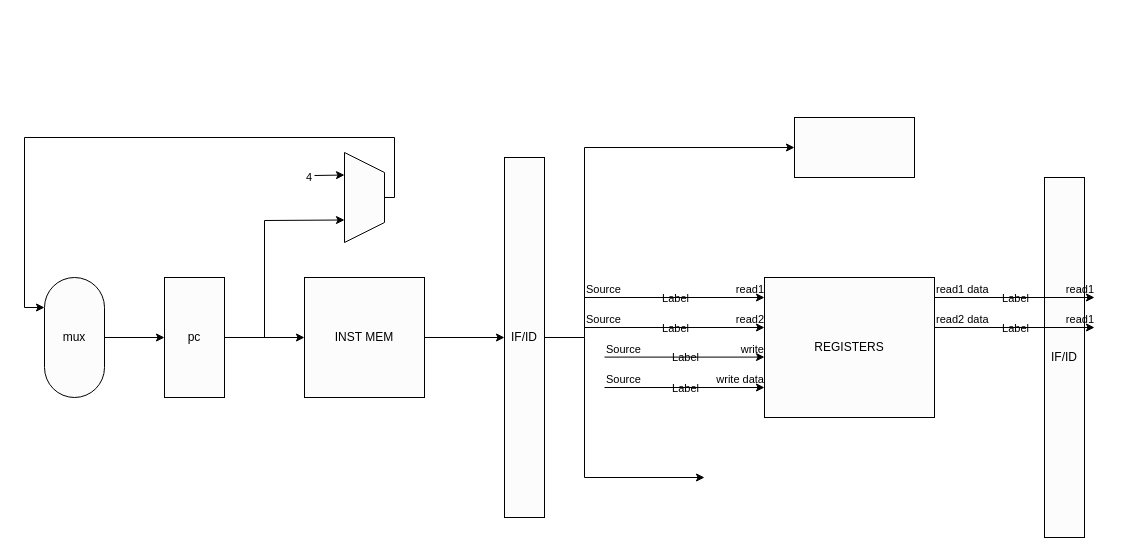
Earlier version of the draw.io diagram Untitled Diagram.drawio (francisyuu/drawtest). Source tidied: cells renumbered, new cells numbered last; positions are measured from the earlier drawing's top-left corner, leaving out a move shared by most shapes. Both pictures are drawn from the tidied source at 100%, with x=0, y=0 at pixel (24, 117).
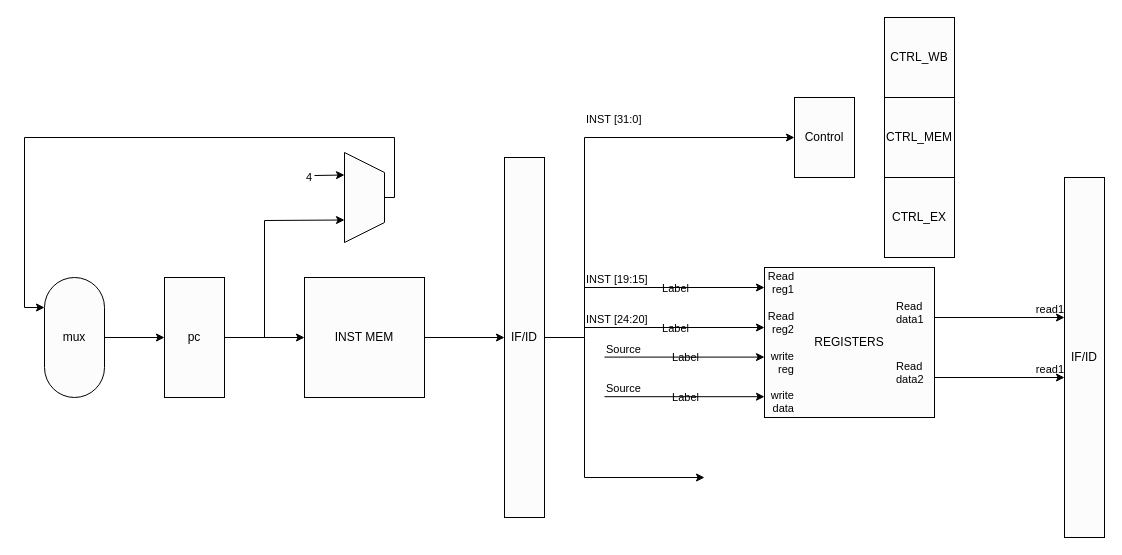
After the change.

The change refers to these unchanged cells:
```xml
<mxCell id="21" style="endArrow=classic;html=1;rounded=0;fontColor=default;sourcePerimeterSpacing=0;elbow=vertical;jumpStyle=none;jumpSize=6;" parent="1" edge="1">
  <mxGeometry relative="1" as="geometry">
    <mxPoint x="560" y="210" as="sourcePoint" />
    <mxPoint x="740" y="210" as="targetPoint" />
  </mxGeometry>
</mxCell>
<mxCell id="25" style="endArrow=classic;html=1;rounded=0;fontColor=default;sourcePerimeterSpacing=0;elbow=vertical;jumpStyle=none;jumpSize=6;" parent="1" edge="1">
  <mxGeometry relative="1" as="geometry">
    <mxPoint x="580" y="239.6" as="sourcePoint" />
    <mxPoint x="740" y="239.6" as="targetPoint" />
  </mxGeometry>
</mxCell>
```

Change to the diagram source:
```diff
@@
     <mxCell id="9" value="IF/ID" style="rounded=0;whiteSpace=wrap;html=1;labelBackgroundColor=none;fontColor=default;fillColor=#FCFCFC;" parent="1" vertex="1">
-      <mxGeometry x="1020" y="60" width="40" height="360" as="geometry" />
+      <mxGeometry x="1040" y="60" width="40" height="360" as="geometry" />
     </mxCell>
@@
     <mxCell id="16" value="REGISTERS" style="rounded=0;whiteSpace=wrap;html=1;labelBackgroundColor=none;sketch=0;fontColor=default;fillColor=#FCFCFC;" parent="1" vertex="1">
-      <mxGeometry x="740" y="160" width="170" height="140" as="geometry" />
+      <mxGeometry x="740" y="150" width="170" height="150" as="geometry" />
     </mxCell>
     <mxCell id="17" style="endArrow=classic;html=1;rounded=0;fontColor=default;sourcePerimeterSpacing=0;elbow=vertical;jumpStyle=none;jumpSize=6;" parent="1" edge="1">
       <mxGeometry relative="1" as="geometry">
-        <mxPoint x="560" y="180" as="sourcePoint" />
-        <mxPoint x="740" y="180" as="targetPoint" />
+        <mxPoint x="560" y="170" as="sourcePoint" />
+        <mxPoint x="740" y="170" as="targetPoint" />
       </mxGeometry>
     </mxCell>
@@
-    <mxCell id="19" value="Source" style="edgeLabel;html=1;align=left;verticalAlign=bottom;labelBackgroundColor=none;sketch=0;fontColor=default;fillColor=#FCFCFC;" parent="17" vertex="1">
+    <mxCell id="19" value="INST [19:15]" style="edgeLabel;html=1;align=left;verticalAlign=bottom;labelBackgroundColor=none;sketch=0;fontColor=default;fillColor=#FCFCFC;" parent="17" vertex="1">
       <mxGeometry x="-1" relative="1" as="geometry" />
     </mxCell>
-    <mxCell id="20" value="read1" style="edgeLabel;html=1;align=right;verticalAlign=bottom;labelBackgroundColor=none;sketch=0;fontColor=default;fillColor=#FCFCFC;" parent="17" vertex="1">
-      <mxGeometry x="1" relative="1" as="geometry" />
+    <mxCell id="20" value="Read&lt;br&gt;reg1" style="edgeLabel;html=1;align=right;verticalAlign=bottom;labelBackgroundColor=none;sketch=0;fontColor=default;fillColor=#FCFCFC;" parent="17" vertex="1">
+      <mxGeometry x="1" relative="1" as="geometry">
+        <mxPoint x="30" y="10" as="offset" />
+      </mxGeometry>
     </mxCell>
+    <mxCell id="45" value="INST [31:0]" style="edgeLabel;html=1;align=left;verticalAlign=bottom;labelBackgroundColor=none;sketch=0;fontColor=default;fillColor=#FCFCFC;" parent="17" vertex="1">
+      <mxGeometry x="-1" relative="1" as="geometry">
+        <mxPoint y="-160" as="offset" />
+      </mxGeometry>
+    </mxCell>
@@
-    <mxCell id="23" value="Source" style="edgeLabel;html=1;align=left;verticalAlign=bottom;labelBackgroundColor=none;sketch=0;fontColor=default;fillColor=#FCFCFC;" parent="21" vertex="1">
+    <mxCell id="23" value="INST [24:20]" style="edgeLabel;html=1;align=left;verticalAlign=bottom;labelBackgroundColor=none;sketch=0;fontColor=default;fillColor=#FCFCFC;" parent="21" vertex="1">
       <mxGeometry x="-1" relative="1" as="geometry" />
     </mxCell>
-    <mxCell id="24" value="read2" style="edgeLabel;html=1;align=right;verticalAlign=bottom;labelBackgroundColor=none;sketch=0;fontColor=default;fillColor=#FCFCFC;" parent="21" vertex="1">
-      <mxGeometry x="1" relative="1" as="geometry" />
+    <mxCell id="24" value="Read&lt;br&gt;reg2" style="edgeLabel;html=1;align=right;verticalAlign=bottom;labelBackgroundColor=none;sketch=0;fontColor=default;fillColor=#FCFCFC;" parent="21" vertex="1">
+      <mxGeometry x="1" relative="1" as="geometry">
+        <mxPoint x="30" y="10" as="offset" />
+      </mxGeometry>
     </mxCell>
@@
-    <mxCell id="28" value="write" style="edgeLabel;html=1;align=right;verticalAlign=bottom;labelBackgroundColor=none;sketch=0;fontColor=default;fillColor=#FCFCFC;" parent="25" vertex="1">
-      <mxGeometry x="1" relative="1" as="geometry" />
+    <mxCell id="28" value="write&lt;br&gt;reg" style="edgeLabel;html=1;align=right;verticalAlign=bottom;labelBackgroundColor=none;sketch=0;fontColor=default;fillColor=#FCFCFC;" parent="25" vertex="1">
+      <mxGeometry x="1" relative="1" as="geometry">
+        <mxPoint x="30" y="20" as="offset" />
+      </mxGeometry>
     </mxCell>
     <mxCell id="29" style="endArrow=classic;html=1;rounded=0;fontColor=default;sourcePerimeterSpacing=0;elbow=vertical;jumpStyle=none;jumpSize=6;" parent="1" edge="1">
       <mxGeometry relative="1" as="geometry">
-        <mxPoint x="580" y="270" as="sourcePoint" />
-        <mxPoint x="740" y="270" as="targetPoint" />
+        <mxPoint x="580" y="279.2" as="sourcePoint" />
+        <mxPoint x="740" y="279.2" as="targetPoint" />
       </mxGeometry>
     </mxCell>
@@
-    <mxCell id="32" value="write data" style="edgeLabel;html=1;align=right;verticalAlign=bottom;labelBackgroundColor=none;sketch=0;fontColor=default;fillColor=#FCFCFC;" parent="29" vertex="1">
-      <mxGeometry x="1" relative="1" as="geometry" />
+    <mxCell id="32" value="write&lt;br&gt;data" style="edgeLabel;html=1;align=right;verticalAlign=bottom;labelBackgroundColor=none;sketch=0;fontColor=default;fillColor=#FCFCFC;" parent="29" vertex="1">
+      <mxGeometry x="1" relative="1" as="geometry">
+        <mxPoint x="30" y="20" as="offset" />
+      </mxGeometry>
     </mxCell>
     <mxCell id="33" style="endArrow=classic;html=1;rounded=0;fontColor=default;sourcePerimeterSpacing=0;elbow=vertical;jumpStyle=none;jumpSize=6;" parent="1" edge="1">
       <mxGeometry relative="1" as="geometry">
-        <mxPoint x="910" y="180" as="sourcePoint" />
-        <mxPoint x="1070" y="180" as="targetPoint" />
+        <mxPoint x="910" y="200" as="sourcePoint" />
+        <mxPoint x="1040" y="200" as="targetPoint" />
       </mxGeometry>
     </mxCell>
-    <mxCell id="34" value="Label" style="edgeLabel;html=1;align=center;verticalAlign=middle;labelBackgroundColor=none;sketch=0;fontColor=default;fillColor=#FCFCFC;" parent="33" vertex="1">
-      <mxGeometry relative="1" as="geometry" />
-    </mxCell>
-    <mxCell id="35" value="read1 data" style="edgeLabel;html=1;align=left;verticalAlign=bottom;labelBackgroundColor=none;sketch=0;fontColor=default;fillColor=#FCFCFC;" parent="33" vertex="1">
-      <mxGeometry x="-1" relative="1" as="geometry" />
+    <mxCell id="35" value="Read&lt;br&gt;data1" style="edgeLabel;html=1;align=left;verticalAlign=bottom;labelBackgroundColor=none;sketch=0;fontColor=default;fillColor=#FCFCFC;" parent="33" vertex="1">
+      <mxGeometry x="-1" relative="1" as="geometry">
+        <mxPoint x="-40" y="10" as="offset" />
+      </mxGeometry>
     </mxCell>
@@
     <mxCell id="37" style="endArrow=classic;html=1;rounded=0;fontColor=default;sourcePerimeterSpacing=0;elbow=vertical;jumpStyle=none;jumpSize=6;" parent="1" edge="1">
       <mxGeometry relative="1" as="geometry">
-        <mxPoint x="910" y="210" as="sourcePoint" />
-        <mxPoint x="1070" y="210" as="targetPoint" />
+        <mxPoint x="910" y="260" as="sourcePoint" />
+        <mxPoint x="1040" y="260" as="targetPoint" />
       </mxGeometry>
     </mxCell>
-    <mxCell id="38" value="Label" style="edgeLabel;html=1;align=center;verticalAlign=middle;labelBackgroundColor=none;sketch=0;fontColor=default;fillColor=#FCFCFC;" parent="37" vertex="1">
-      <mxGeometry relative="1" as="geometry" />
-    </mxCell>
-    <mxCell id="39" value="read2 data" style="edgeLabel;html=1;align=left;verticalAlign=bottom;labelBackgroundColor=none;sketch=0;fontColor=default;fillColor=#FCFCFC;" parent="37" vertex="1">
-      <mxGeometry x="-1" relative="1" as="geometry" />
+    <mxCell id="39" value="Read&lt;br&gt;data2" style="edgeLabel;html=1;align=left;verticalAlign=bottom;labelBackgroundColor=none;sketch=0;fontColor=default;fillColor=#FCFCFC;" parent="37" vertex="1">
+      <mxGeometry x="-1" relative="1" as="geometry">
+        <mxPoint x="-40" y="10" as="offset" />
+      </mxGeometry>
     </mxCell>
@@
-    <mxCell id="42" style="endArrow=classic;html=1;rounded=0;fontColor=default;sourcePerimeterSpacing=0;elbow=vertical;jumpStyle=none;jumpSize=6;" parent="1" edge="1">
+    <mxCell id="42" style="endArrow=classic;html=1;rounded=0;fontColor=default;sourcePerimeterSpacing=0;elbow=vertical;jumpStyle=none;jumpSize=6;entryX=0;entryY=0.5;entryDx=0;entryDy=0;" parent="1" edge="1" target="44">
       <mxGeometry relative="1" as="geometry">
         <mxPoint x="560" y="220" as="sourcePoint" />
-        <mxPoint x="770" y="30" as="targetPoint" />
         <Array as="points">
-          <mxPoint x="560" y="30" />
+          <mxPoint x="560" y="20" />
         </Array>
       </mxGeometry>
     </mxCell>
@@
-    <mxCell id="44" style="rounded=0;whiteSpace=wrap;html=1;labelBackgroundColor=none;sketch=0;fontColor=default;fillColor=#FCFCFC;" parent="1" vertex="1">
-      <mxGeometry x="770" width="120" height="60" as="geometry" />
+    <mxCell id="44" value="Control" style="rounded=0;whiteSpace=wrap;html=1;labelBackgroundColor=none;sketch=0;fontColor=default;fillColor=#FCFCFC;" parent="1" vertex="1">
+      <mxGeometry x="770" y="-20" width="60" height="80" as="geometry" />
     </mxCell>
+    <mxCell id="46" value="CTRL_MEM" style="rounded=0;whiteSpace=wrap;html=1;labelBackgroundColor=none;sketch=0;fontColor=default;fillColor=#FCFCFC;" parent="1" vertex="1">
+      <mxGeometry x="860" y="-20" width="70" height="80" as="geometry" />
+    </mxCell>
+    <mxCell id="47" value="CTRL_WB" style="rounded=0;whiteSpace=wrap;html=1;labelBackgroundColor=none;sketch=0;fontColor=default;fillColor=#FCFCFC;" parent="1" vertex="1">
+      <mxGeometry x="860" y="-100" width="70" height="80" as="geometry" />
+    </mxCell>
+    <mxCell id="48" value="CTRL_EX" style="rounded=0;whiteSpace=wrap;html=1;labelBackgroundColor=none;sketch=0;fontColor=default;fillColor=#FCFCFC;" parent="1" vertex="1">
+      <mxGeometry x="860" y="60" width="70" height="80" as="geometry" />
+    </mxCell>
```
